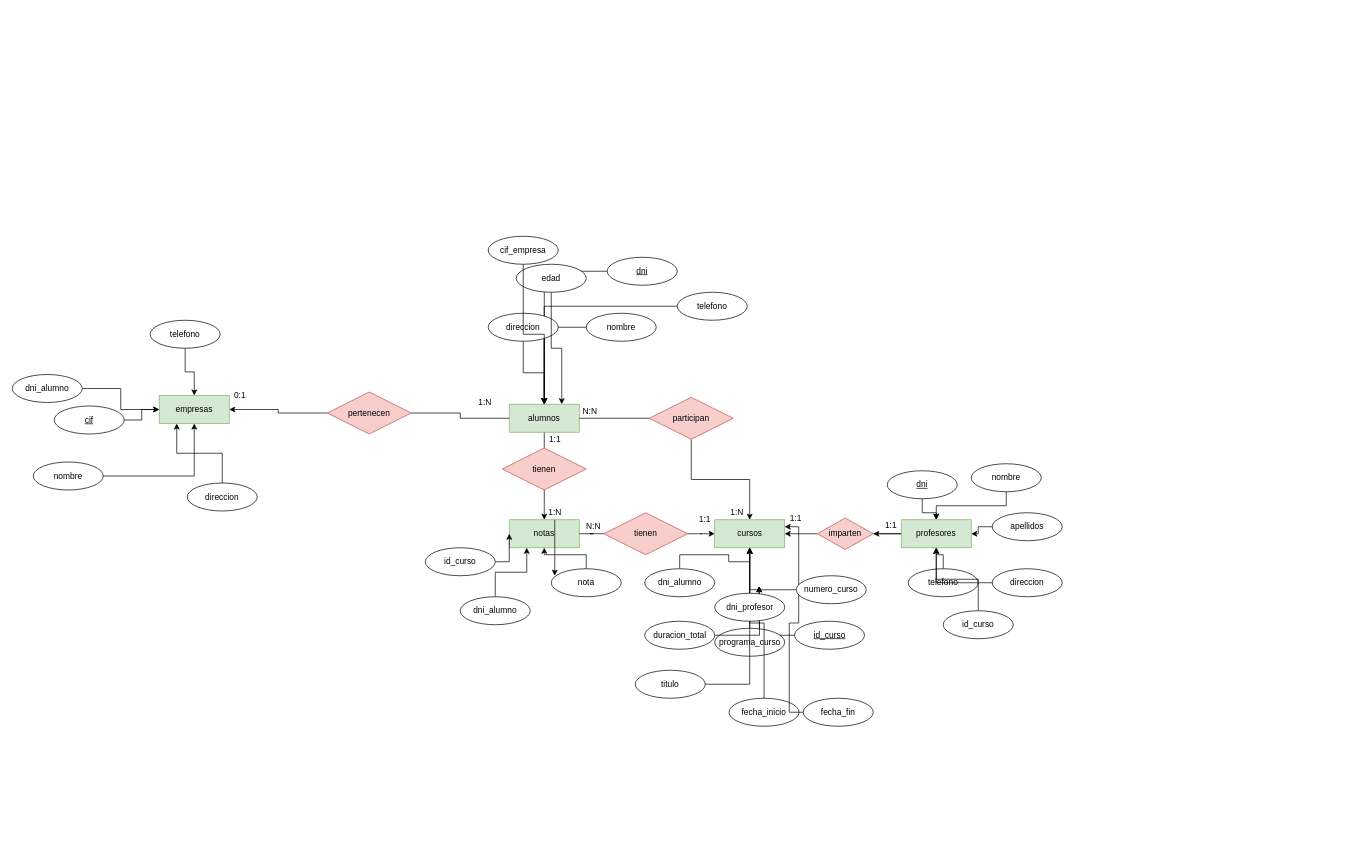
Above: Reto 2.drawio in aramossanchez/Diagramas_ER (draw.io), before the change. Source tidied: cells renumbered, new cells numbered last; positions are measured from the earlier drawing's top-left corner, leaving out a move shared by most shapes. Both pictures are drawn from the tidied source at 70%, with x=0, y=0 at pixel (12, 236).
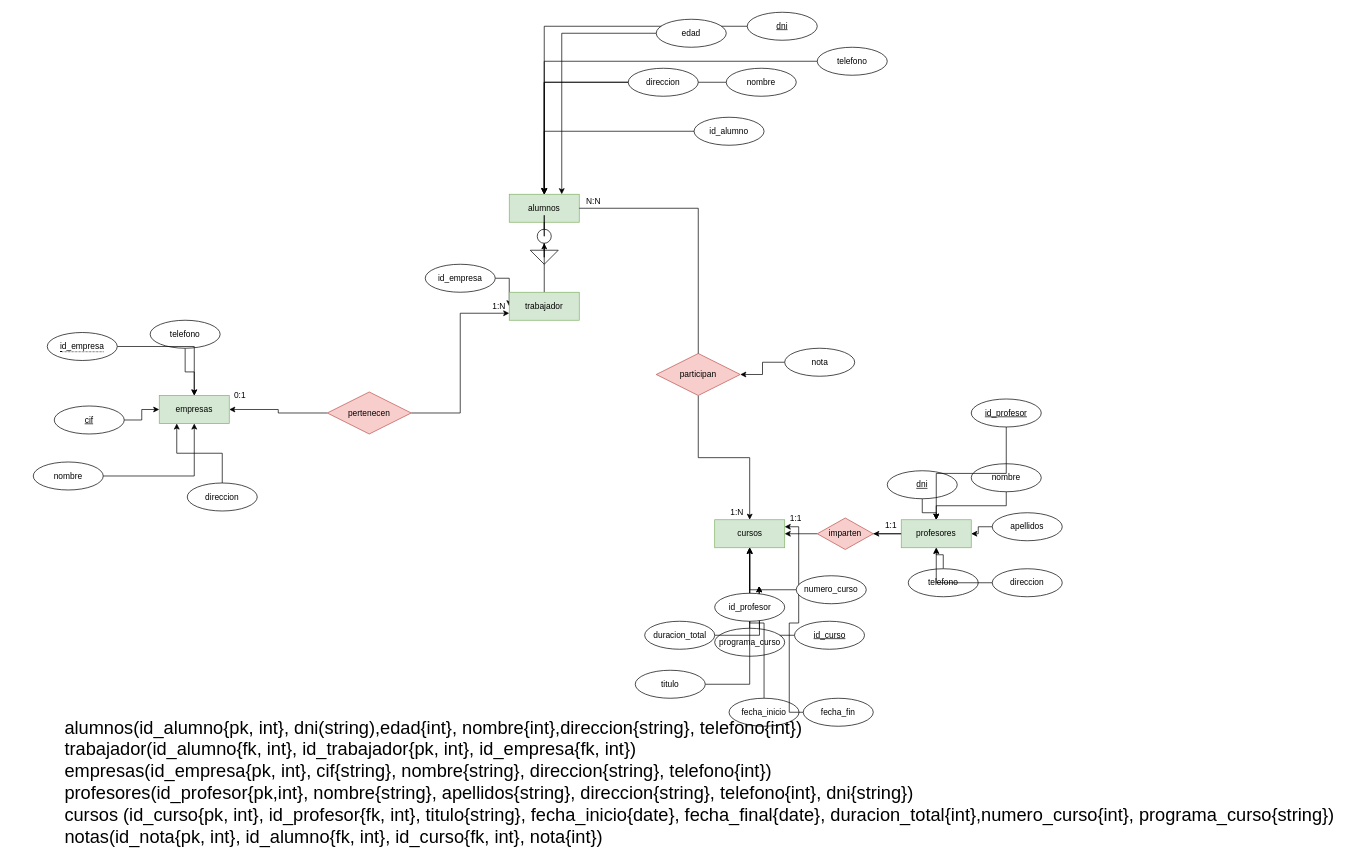
The same page after the edit.

Commit message (it also covers changes not shown here):
subo reto 2 modelo

The change refers to these unchanged cells:
```xml
<mxCell id="6" value="cursos" style="whiteSpace=wrap;html=1;align=center;fillColor=#d5e8d4;strokeColor=#82b366;" parent="1" vertex="1">
  <mxGeometry x="1003.5" y="405" width="100" height="40" as="geometry" />
</mxCell>
<mxCell id="9" value="profesores" style="whiteSpace=wrap;html=1;align=center;fillColor=#d5e8d4;strokeColor=#82b366;" parent="1" vertex="1">
  <mxGeometry x="1270" y="405" width="100" height="40" as="geometry" />
</mxCell>
<mxCell id="20" value="empresas" style="whiteSpace=wrap;html=1;align=center;fillColor=#d5e8d4;strokeColor=#82b366;" parent="1" vertex="1">
  <mxGeometry x="210" y="227.5" width="100" height="40" as="geometry" />
</mxCell>
<mxCell id="71" value="pertenecen" style="shape=rhombus;perimeter=rhombusPerimeter;whiteSpace=wrap;html=1;align=center;fillColor=#f8cecc;strokeColor=#b85450;" parent="1" vertex="1">
  <mxGeometry x="450" y="222.5" width="120" height="60" as="geometry" />
</mxCell>
```

Diff of the diagram source:
```diff
@@
-    <mxCell id="4" style="edgeStyle=orthogonalEdgeStyle;rounded=0;jettySize=auto;html=1;" parent="1" edge="1" source="5" target="64">
-      <mxGeometry relative="1" as="geometry" />
-    </mxCell>
     <mxCell id="5" value="alumnos" style="whiteSpace=wrap;html=1;align=center;fillColor=#d5e8d4;strokeColor=#82b366;" parent="1" vertex="1">
-      <mxGeometry x="710" y="240" width="100" height="40" as="geometry" />
+      <mxGeometry x="710" y="-60" width="100" height="40" as="geometry" />
     </mxCell>
@@
     <mxCell id="30" value="&lt;u&gt;dni&lt;/u&gt;" style="ellipse;whiteSpace=wrap;html=1;align=center;" parent="1" vertex="1">
-      <mxGeometry x="850" y="30" width="100" height="40" as="geometry" />
+      <mxGeometry x="1050" y="-320" width="100" height="40" as="geometry" />
     </mxCell>
@@
     <mxCell id="32" value="telefono" style="ellipse;whiteSpace=wrap;html=1;align=center;" parent="1" vertex="1">
-      <mxGeometry x="950" y="80" width="100" height="40" as="geometry" />
+      <mxGeometry x="1150" y="-270" width="100" height="40" as="geometry" />
     </mxCell>
@@
     <mxCell id="34" value="nombre" style="ellipse;whiteSpace=wrap;html=1;align=center;" parent="1" vertex="1">
-      <mxGeometry x="820" y="110" width="100" height="40" as="geometry" />
+      <mxGeometry x="1020" y="-240" width="100" height="40" as="geometry" />
     </mxCell>
@@
     <mxCell id="36" value="direccion" style="ellipse;whiteSpace=wrap;html=1;align=center;" parent="1" vertex="1">
-      <mxGeometry x="680" y="110" width="100" height="40" as="geometry" />
+      <mxGeometry x="880" y="-240" width="100" height="40" as="geometry" />
     </mxCell>
@@
     <mxCell id="38" value="edad" style="ellipse;whiteSpace=wrap;html=1;align=center;" parent="1" vertex="1">
-      <mxGeometry x="720" y="40" width="100" height="40" as="geometry" />
+      <mxGeometry x="920" y="-310" width="100" height="40" as="geometry" />
     </mxCell>
@@
-    <mxCell id="54" value="dni_profesor" style="ellipse;whiteSpace=wrap;html=1;align=center;" parent="1" vertex="1">
+    <mxCell id="54" value="id_profesor" style="ellipse;whiteSpace=wrap;html=1;align=center;" parent="1" vertex="1">
       <mxGeometry x="1003.5" y="510" width="100" height="40" as="geometry" />
     </mxCell>
-    <mxCell id="55" style="edgeStyle=orthogonalEdgeStyle;rounded=0;jettySize=auto;html=1;" parent="1" edge="1" source="56" target="6">
-      <mxGeometry relative="1" as="geometry" />
-    </mxCell>
-    <mxCell id="56" value="dni_alumno" style="ellipse;whiteSpace=wrap;html=1;align=center;" parent="1" vertex="1">
-      <mxGeometry x="903.5" y="475" width="100" height="40" as="geometry" />
-    </mxCell>
-    <mxCell id="57" style="edgeStyle=orthogonalEdgeStyle;rounded=0;jettySize=auto;html=1;" parent="1" edge="1" source="58" target="5">
-      <mxGeometry relative="1" as="geometry" />
-    </mxCell>
+    <mxCell id="91" style="edgeStyle=orthogonalEdgeStyle;rounded=0;jettySize=auto;html=1;" parent="1" edge="1" source="58" target="99">
+      <mxGeometry relative="1" as="geometry" />
+    </mxCell>
-    <mxCell id="58" value="cif_empresa" style="ellipse;whiteSpace=wrap;html=1;align=center;" parent="1" vertex="1">
-      <mxGeometry x="680" width="100" height="40" as="geometry" />
+    <mxCell id="58" value="id_empresa" style="ellipse;whiteSpace=wrap;html=1;align=center;" parent="1" vertex="1">
+      <mxGeometry x="590" y="40" width="100" height="40" as="geometry" />
     </mxCell>
-    <mxCell id="59" style="edgeStyle=orthogonalEdgeStyle;rounded=0;jettySize=auto;html=1;" parent="1" edge="1" source="60" target="20">
-      <mxGeometry relative="1" as="geometry" />
-    </mxCell>
-    <mxCell id="60" value="dni_alumno" style="ellipse;whiteSpace=wrap;html=1;align=center;" parent="1" vertex="1">
-      <mxGeometry y="197.5" width="100" height="40" as="geometry" />
-    </mxCell>
-    <mxCell id="61" style="edgeStyle=orthogonalEdgeStyle;rounded=0;jettySize=auto;html=1;" parent="1" edge="1" source="62" target="9">
-      <mxGeometry relative="1" as="geometry" />
-    </mxCell>
-    <mxCell id="62" value="id_curso" style="ellipse;whiteSpace=wrap;html=1;align=center;" parent="1" vertex="1">
-      <mxGeometry x="1330" y="535" width="100" height="40" as="geometry" />
-    </mxCell>
-    <mxCell id="63" style="edgeStyle=orthogonalEdgeStyle;rounded=0;jettySize=auto;html=1;startArrow=none;" parent="1" edge="1" source="80" target="6">
-      <mxGeometry relative="1" as="geometry" />
-    </mxCell>
-    <mxCell id="64" value="notas" style="whiteSpace=wrap;html=1;align=center;fillColor=#d5e8d4;strokeColor=#82b366;" parent="1" vertex="1">
-      <mxGeometry x="710" y="405" width="100" height="40" as="geometry" />
-    </mxCell>
-    <mxCell id="65" style="edgeStyle=orthogonalEdgeStyle;rounded=0;jettySize=auto;html=1;" parent="1" edge="1" source="66" target="64">
-      <mxGeometry relative="1" as="geometry" />
-    </mxCell>
+    <mxCell id="92" style="edgeStyle=orthogonalEdgeStyle;rounded=0;jettySize=auto;html=1;" parent="1" edge="1" source="66" target="75">
+      <mxGeometry relative="1" as="geometry" />
+    </mxCell>
     <mxCell id="66" value="nota" style="ellipse;whiteSpace=wrap;html=1;align=center;" parent="1" vertex="1">
-      <mxGeometry x="770" y="475" width="100" height="40" as="geometry" />
+      <mxGeometry x="1103.5" y="160" width="100" height="40" as="geometry" />
     </mxCell>
-    <mxCell id="67" style="edgeStyle=orthogonalEdgeStyle;rounded=0;jettySize=auto;html=1;entryX=0.25;entryY=1;entryDx=0;entryDy=0;" parent="1" edge="1" source="68" target="64">
-      <mxGeometry relative="1" as="geometry" />
-    </mxCell>
-    <mxCell id="68" value="dni_alumno" style="ellipse;whiteSpace=wrap;html=1;align=center;" parent="1" vertex="1">
-      <mxGeometry x="640" y="515" width="100" height="40" as="geometry" />
-    </mxCell>
-    <mxCell id="69" style="edgeStyle=orthogonalEdgeStyle;rounded=0;jettySize=auto;html=1;" parent="1" edge="1" source="70" target="64">
-      <mxGeometry relative="1" as="geometry" />
-    </mxCell>
-    <mxCell id="70" value="id_curso" style="ellipse;whiteSpace=wrap;html=1;align=center;" parent="1" vertex="1">
-      <mxGeometry x="590" y="445" width="100" height="40" as="geometry" />
-    </mxCell>
+    <mxCell id="93" style="edgeStyle=orthogonalEdgeStyle;rounded=0;jettySize=auto;html=1;entryX=0;entryY=0.75;entryDx=0;entryDy=0;" parent="1" edge="1" source="71" target="99">
+      <mxGeometry relative="1" as="geometry" />
+    </mxCell>
@@
-    <mxCell id="72" style="edgeStyle=orthogonalEdgeStyle;rounded=0;jettySize=auto;html=1;endArrow=none;" parent="1" edge="1" source="5" target="71">
-      <mxGeometry relative="1" as="geometry" />
-    </mxCell>
@@
     <mxCell id="74" value="1:N" style="text;html=1;align=center;verticalAlign=middle;fillColor=none;strokeColor=none;rounded=0;" parent="1" vertex="1">
-      <mxGeometry x="660" y="227.5" width="30" height="20" as="geometry" />
+      <mxGeometry x="680" y="90" width="30" height="20" as="geometry" />
     </mxCell>
     <mxCell id="75" value="participan" style="shape=rhombus;perimeter=rhombusPerimeter;whiteSpace=wrap;html=1;align=center;fillColor=#f8cecc;strokeColor=#b85450;" parent="1" vertex="1">
-      <mxGeometry x="910" y="230" width="120" height="60" as="geometry" />
+      <mxGeometry x="920" y="167.5" width="120" height="60" as="geometry" />
     </mxCell>
@@
     <mxCell id="78" value="N:N" style="text;html=1;align=center;verticalAlign=middle;fillColor=none;strokeColor=none;rounded=0;" parent="1" vertex="1">
-      <mxGeometry x="805" y="240" width="40" height="20" as="geometry" />
+      <mxGeometry x="810" y="-60" width="40" height="20" as="geometry" />
     </mxCell>
-    <mxCell id="79" value="tienen" style="shape=rhombus;perimeter=rhombusPerimeter;whiteSpace=wrap;html=1;align=center;fillColor=#f8cecc;strokeColor=#b85450;" parent="1" vertex="1">
-      <mxGeometry x="700" y="302.5" width="120" height="60" as="geometry" />
-    </mxCell>
-    <mxCell id="80" value="tienen" style="shape=rhombus;perimeter=rhombusPerimeter;whiteSpace=wrap;html=1;align=center;fillColor=#f8cecc;strokeColor=#b85450;" parent="1" vertex="1">
-      <mxGeometry x="845" y="395" width="120" height="60" as="geometry" />
-    </mxCell>
-    <mxCell id="81" style="edgeStyle=orthogonalEdgeStyle;rounded=0;jettySize=auto;html=1;endArrow=none;" parent="1" edge="1" source="64" target="80">
-      <mxGeometry relative="1" as="geometry" />
-    </mxCell>
-    <mxCell id="82" style="edgeStyle=orthogonalEdgeStyle;rounded=0;jettySize=auto;html=1;" parent="1" edge="1" source="83">
-      <mxGeometry relative="1" as="geometry">
-        <mxPoint x="775" y="485" as="targetPoint" />
-      </mxGeometry>
-    </mxCell>
-    <mxCell id="83" value="1:N" style="text;html=1;align=center;verticalAlign=middle;points=[];fillColor=none;strokeColor=none;rounded=0;" parent="1" vertex="1">
-      <mxGeometry x="760" y="385" width="30" height="20" as="geometry" />
-    </mxCell>
-    <mxCell id="84" value="1:1" style="text;html=1;align=center;verticalAlign=middle;fillColor=none;strokeColor=none;rounded=0;" parent="1" vertex="1">
-      <mxGeometry x="760" y="280" width="30" height="20" as="geometry" />
-    </mxCell>
-    <mxCell id="85" value="N:N" style="text;html=1;align=center;verticalAlign=middle;fillColor=none;strokeColor=none;rounded=0;" parent="1" vertex="1">
-      <mxGeometry x="810" y="405" width="40" height="20" as="geometry" />
-    </mxCell>
-    <mxCell id="86" value="1:1" style="text;html=1;align=center;verticalAlign=middle;fillColor=none;strokeColor=none;rounded=0;" parent="1" vertex="1">
-      <mxGeometry x="973.5" y="395" width="30" height="20" as="geometry" />
-    </mxCell>
@@
+    <mxCell id="94" style="triangle;whiteSpace=wrap;html=1;rotation=90;" parent="1" vertex="1">
+      <mxGeometry x="750" y="10" width="20" height="40" as="geometry" />
+    </mxCell>
+    <mxCell id="95" style="edgeStyle=orthogonalEdgeStyle;rounded=0;jettySize=auto;html=1;endArrow=none;startArrow=none;" parent="1" edge="1" source="96" target="94">
+      <mxGeometry relative="1" as="geometry" />
+    </mxCell>
+    <mxCell id="96" style="ellipse;whiteSpace=wrap;html=1;" parent="1" vertex="1">
+      <mxGeometry x="750" y="-10" width="20" height="20" as="geometry" />
+    </mxCell>
+    <mxCell id="97" style="edgeStyle=orthogonalEdgeStyle;rounded=0;jettySize=auto;html=1;endArrow=none;" parent="1" edge="1" source="5" target="96">
+      <mxGeometry relative="1" as="geometry" />
+    </mxCell>
+    <mxCell id="98" style="edgeStyle=orthogonalEdgeStyle;rounded=0;jettySize=auto;html=1;" parent="1" edge="1" source="99" target="96">
+      <mxGeometry relative="1" as="geometry" />
+    </mxCell>
+    <mxCell id="99" value="trabajador" style="whiteSpace=wrap;html=1;align=center;fillColor=#d5e8d4;strokeColor=#82b366;" parent="1" vertex="1">
+      <mxGeometry x="710" y="80" width="100" height="40" as="geometry" />
+    </mxCell>
+    <mxCell id="100" value="&lt;font style=&quot;font-size: 26px&quot;&gt;alumnos(id_alumno{pk, int}, dni(string),edad{int}, nombre{int},direccion{string}, telefono{int})&lt;br&gt;trabajador(id_alumno{fk, int}, id_trabajador{pk, int}, id_empresa{fk, int})&lt;br&gt;empresas(id_empresa{pk, int}, cif{string}, nombre{string}, direccion{string}, telefono{int})&lt;br&gt;profesores(id_profesor{pk,int}, nombre{string}, apellidos{string}, direccion{string}, telefono{int}, dni{string})&lt;br&gt;cursos (id_curso{pk, int}, id_profesor{fk, int}, titulo{string}, fecha_inicio{date}, fecha_final{date}, duracion_total{int},numero_curso{int}, programa_curso{string})&lt;br&gt;notas(id_nota{pk, int}, id_alumno{fk, int}, id_curso{fk, int}, nota{int})&lt;br&gt;&lt;/font&gt;" style="text;html=1;align=left;verticalAlign=middle;fillColor=none;strokeColor=none;rounded=0;" parent="1" vertex="1">
+      <mxGeometry x="73" y="725" width="1830" height="110" as="geometry" />
+    </mxCell>
+    <mxCell id="101" style="edgeStyle=orthogonalEdgeStyle;rounded=0;jettySize=auto;html=1;" parent="1" edge="1" source="102" target="5">
+      <mxGeometry relative="1" as="geometry" />
+    </mxCell>
+    <mxCell id="102" value="id_alumno" style="ellipse;whiteSpace=wrap;html=1;align=center;" parent="1" vertex="1">
+      <mxGeometry x="974" y="-170" width="100" height="40" as="geometry" />
+    </mxCell>
+    <mxCell id="103" style="edgeStyle=orthogonalEdgeStyle;rounded=0;jettySize=auto;html=1;" parent="1" edge="1" source="104" target="20">
+      <mxGeometry relative="1" as="geometry" />
+    </mxCell>
+    <mxCell id="104" value="&lt;span style=&quot;border-bottom: 1px dotted&quot;&gt;id_empresa&lt;/span&gt;" style="ellipse;whiteSpace=wrap;html=1;align=center;" parent="1" vertex="1">
+      <mxGeometry x="50" y="137.5" width="100" height="40" as="geometry" />
+    </mxCell>
+    <mxCell id="105" style="edgeStyle=orthogonalEdgeStyle;rounded=0;jettySize=auto;html=1;" parent="1" edge="1" source="106" target="9">
+      <mxGeometry relative="1" as="geometry" />
+    </mxCell>
+    <mxCell id="106" value="&lt;u&gt;id_profesor&lt;/u&gt;" style="ellipse;whiteSpace=wrap;html=1;align=center;" parent="1" vertex="1">
+      <mxGeometry x="1370" y="232.5" width="100" height="40" as="geometry" />
+    </mxCell>
```
